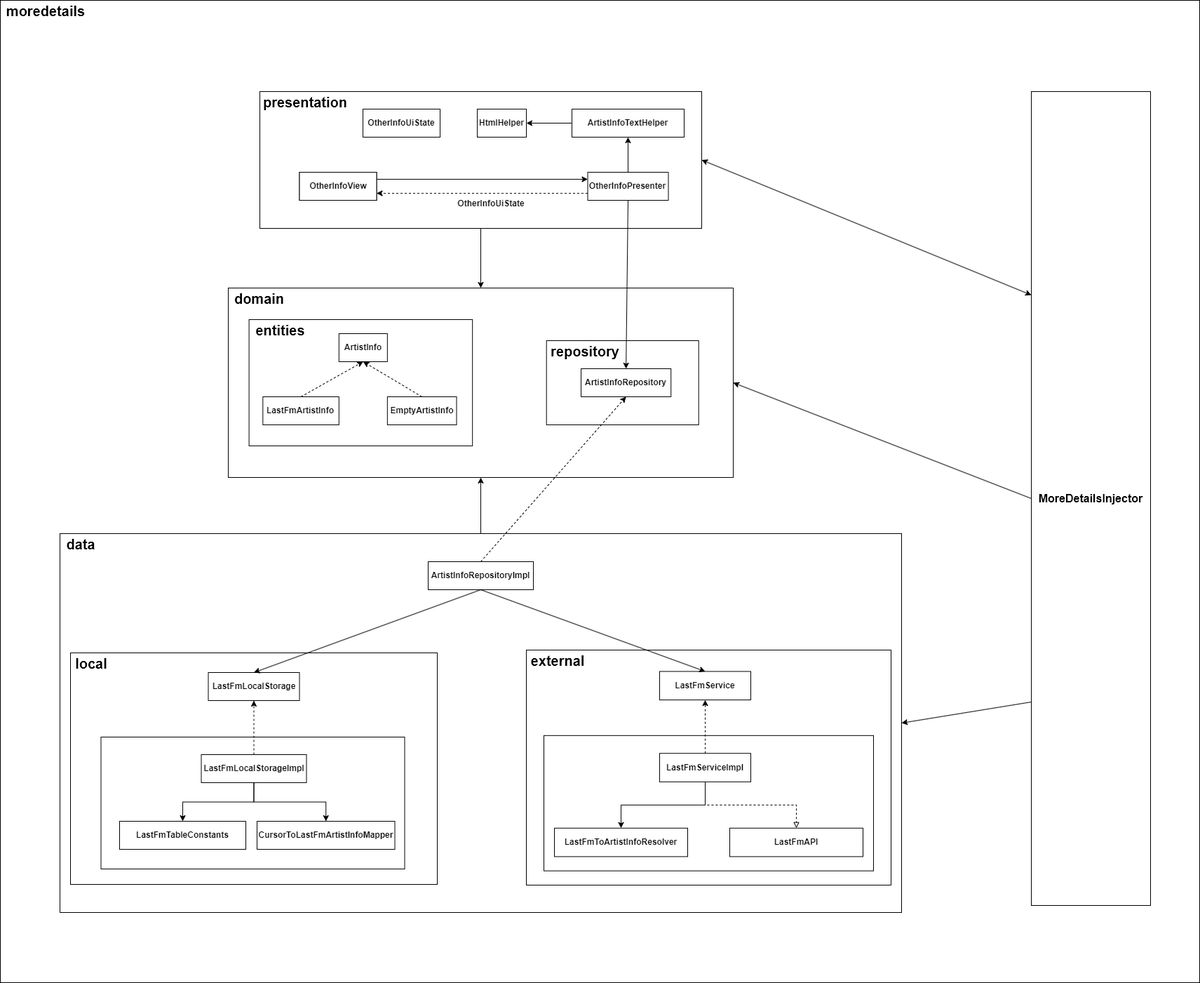
elagarrigue/AyDS23-Lisboa3 keeps this draw.io diagram as docs/more_details_diagram.png. Above is the earlier version. Source tidied: cells renumbered, new cells last; positions are measured from the earlier drawing's top-left corner, leaving out a move shared by most shapes.
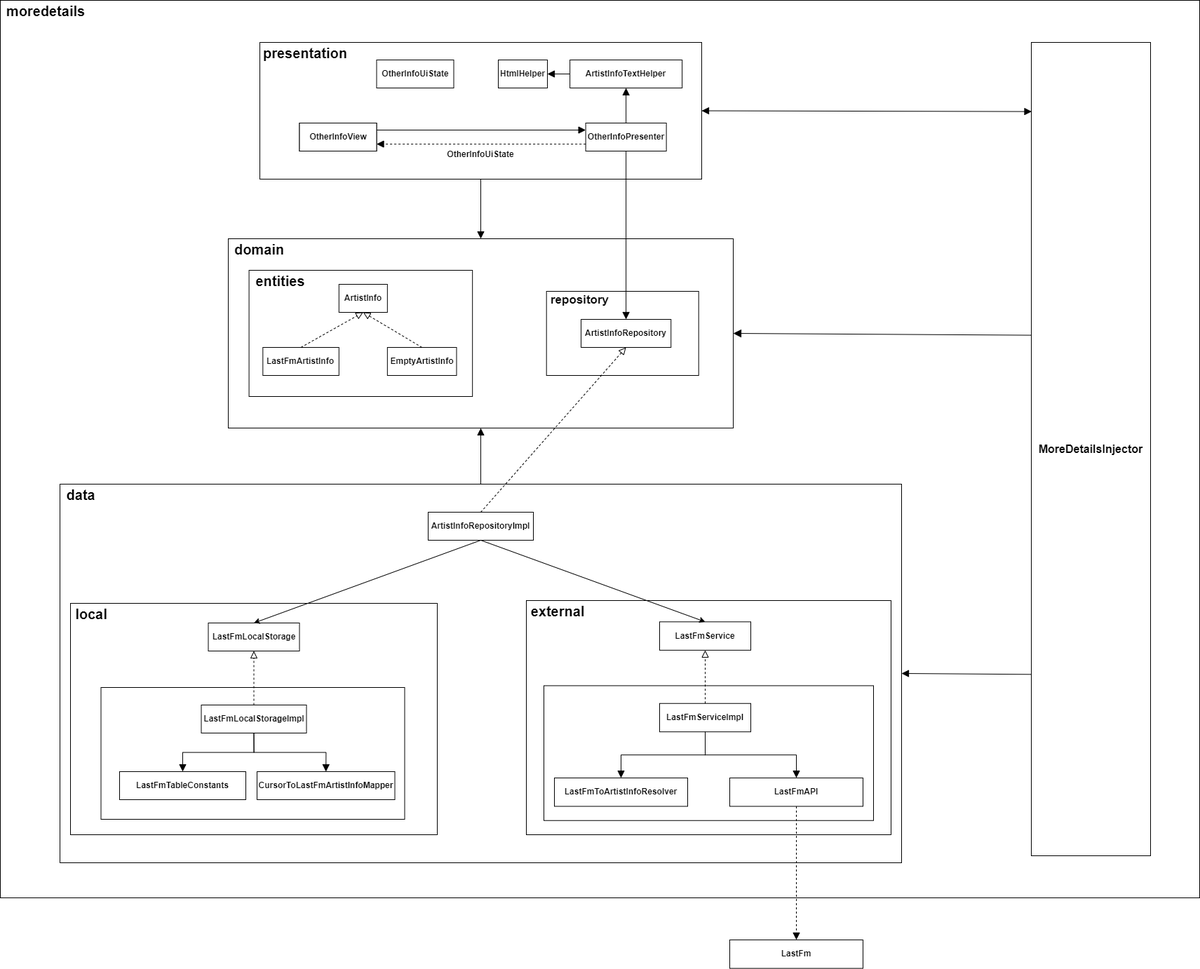
The same diagram one commit later.

What changed in the source:
```diff
@@ -3,7 +3,7 @@
     <mxCell id="0" />
     <mxCell id="1" parent="0" />
     <mxCell id="2" style="rounded=0;whiteSpace=wrap;html=1;" parent="1" vertex="1">
-      <mxGeometry width="1710" height="1400" as="geometry" />
+      <mxGeometry y="70" width="1710" height="1280" as="geometry" />
     </mxCell>
     <mxCell id="3" style="group;" parent="1" vertex="1">
       <mxGeometry x="325" y="410" width="720" height="270" as="geometry" />
@@ -26,10 +26,10 @@
     <mxCell id="9" value="&lt;b&gt;EmptyArtistInfo&lt;/b&gt;" style="rounded=0;whiteSpace=wrap;html=1;" parent="5" vertex="1">
       <mxGeometry x="197.3" y="110" width="98.6" height="40" as="geometry" />
     </mxCell>
-    <mxCell id="10" style="endArrow=classic;html=1;rounded=0;exitX=0.5;exitY=0;exitDx=0;exitDy=0;entryX=0.5;entryY=1;entryDx=0;entryDy=0;dashed=1;" parent="5" edge="1" source="8" target="7">
+    <mxCell id="10" style="endArrow=block;html=1;rounded=0;exitX=0.5;exitY=0;exitDx=0;exitDy=0;entryX=0.5;entryY=1;entryDx=0;entryDy=0;dashed=1;endFill=0;endSize=8;" parent="5" edge="1" source="8" target="7">
       <mxGeometry relative="1" as="geometry" />
     </mxCell>
-    <mxCell id="11" style="endArrow=classic;html=1;rounded=0;exitX=0.5;exitY=0;exitDx=0;exitDy=0;entryX=0.5;entryY=1;entryDx=0;entryDy=0;dashed=1;" parent="5" edge="1" source="9" target="7">
+    <mxCell id="11" style="endArrow=block;html=1;rounded=0;exitX=0.5;exitY=0;exitDx=0;exitDy=0;entryX=0.5;entryY=1;entryDx=0;entryDy=0;dashed=1;endFill=0;endSize=8;" parent="5" edge="1" source="9" target="7">
       <mxGeometry relative="1" as="geometry" />
     </mxCell>
     <mxCell id="12" value="&lt;b&gt;&lt;font style=&quot;font-size: 20px;&quot;&gt;entities&lt;/font&gt;&lt;/b&gt;" style="text;html=1;strokeColor=none;fillColor=none;align=center;verticalAlign=middle;whiteSpace=wrap;rounded=0;" parent="5" vertex="1">
@@ -44,26 +44,26 @@
     <mxCell id="15" value="&lt;b&gt;ArtistInfoRepository&lt;/b&gt;" style="rounded=0;whiteSpace=wrap;html=1;" parent="3" vertex="1">
       <mxGeometry x="503" y="115" width="128.2" height="40" as="geometry" />
     </mxCell>
-    <mxCell id="16" value="&lt;span style=&quot;font-size: 20px;&quot;&gt;&lt;b&gt;repository&lt;/b&gt;&lt;/span&gt;" style="text;html=1;strokeColor=none;fillColor=none;align=center;verticalAlign=middle;whiteSpace=wrap;rounded=0;" parent="3" vertex="1">
-      <mxGeometry x="445" y="75" width="128.2" height="30" as="geometry" />
+    <mxCell id="16" value="&lt;b style=&quot;&quot;&gt;&lt;font style=&quot;font-size: 17px;&quot;&gt;repository&lt;/font&gt;&lt;/b&gt;" style="text;html=1;strokeColor=none;fillColor=none;align=center;verticalAlign=middle;whiteSpace=wrap;rounded=0;" parent="3" vertex="1">
+      <mxGeometry x="453.7" y="75" width="95" height="25" as="geometry" />
     </mxCell>
-    <mxCell id="17" style="edgeStyle=orthogonalEdgeStyle;rounded=0;jettySize=auto;html=1;exitX=0.5;exitY=1;exitDx=0;exitDy=0;" parent="1" edge="1" source="18" target="4">
+    <mxCell id="17" style="edgeStyle=orthogonalEdgeStyle;rounded=0;jettySize=auto;html=1;exitX=0.5;exitY=1;exitDx=0;exitDy=0;endArrow=block;endFill=1;endSize=8;" parent="1" edge="1" source="18" target="4">
       <mxGeometry relative="1" as="geometry" />
     </mxCell>
     <mxCell id="18" style="rounded=0;whiteSpace=wrap;html=1;" parent="1" vertex="1">
       <mxGeometry x="370" y="130" width="630" height="195" as="geometry" />
     </mxCell>
-    <mxCell id="19" style="edgeStyle=orthogonalEdgeStyle;rounded=0;jettySize=auto;html=1;exitX=0.5;exitY=0;exitDx=0;exitDy=0;entryX=0.5;entryY=1;entryDx=0;entryDy=0;" parent="1" edge="1" source="20" target="4">
+    <mxCell id="19" style="edgeStyle=orthogonalEdgeStyle;rounded=0;jettySize=auto;html=1;exitX=0.5;exitY=0;exitDx=0;exitDy=0;entryX=0.5;entryY=1;entryDx=0;entryDy=0;endSize=8;endArrow=block;endFill=1;" parent="1" edge="1" source="20" target="4">
       <mxGeometry relative="1" as="geometry" />
     </mxCell>
     <mxCell id="20" style="rounded=0;whiteSpace=wrap;html=1;" parent="1" vertex="1">
       <mxGeometry x="85" y="760" width="1200" height="540" as="geometry" />
     </mxCell>
-    <mxCell id="21" style="edgeStyle=orthogonalEdgeStyle;rounded=0;jettySize=auto;html=1;" parent="1" edge="1" source="22" target="60">
+    <mxCell id="21" style="edgeStyle=orthogonalEdgeStyle;rounded=0;jettySize=auto;html=1;endArrow=block;endFill=1;endSize=8;" parent="1" edge="1" source="22" target="60">
       <mxGeometry relative="1" as="geometry" />
     </mxCell>
     <mxCell id="22" value="&lt;b&gt;OtherInfoPresenter&lt;/b&gt;" style="rounded=0;whiteSpace=wrap;html=1;" parent="1" vertex="1">
-      <mxGeometry x="837.5" y="245" width="115" height="40" as="geometry" />
+      <mxGeometry x="834.6" y="245" width="115" height="40" as="geometry" />
     </mxCell>
     <mxCell id="23" value="&lt;b&gt;OtherInfoView&lt;/b&gt;" style="rounded=0;whiteSpace=wrap;html=1;" parent="1" vertex="1">
       <mxGeometry x="426.5" y="245" width="110" height="40" as="geometry" />
@@ -83,7 +83,7 @@
     <mxCell id="28" value="&lt;b&gt;LastFmLocalStorage&lt;/b&gt;" style="rounded=0;whiteSpace=wrap;html=1;" parent="25" vertex="1">
       <mxGeometry x="196.5" y="28" width="130" height="40" as="geometry" />
     </mxCell>
-    <mxCell id="29" style="edgeStyle=orthogonalEdgeStyle;rounded=0;jettySize=auto;html=1;exitX=0.5;exitY=0;exitDx=0;exitDy=0;entryX=0.5;entryY=1;entryDx=0;entryDy=0;dashed=1;" parent="25" edge="1" source="30" target="28">
+    <mxCell id="29" style="edgeStyle=orthogonalEdgeStyle;rounded=0;jettySize=auto;html=1;exitX=0.5;exitY=0;exitDx=0;exitDy=0;entryX=0.5;entryY=1;entryDx=0;entryDy=0;dashed=1;endArrow=block;endFill=0;endSize=8;" parent="25" edge="1" source="30" target="28">
       <mxGeometry relative="1" as="geometry" />
     </mxCell>
     <mxCell id="30" value="&lt;b&gt;LastFmLocalStorageImpl&lt;/b&gt;" style="rounded=0;whiteSpace=wrap;html=1;" parent="25" vertex="1">
@@ -92,50 +92,50 @@
     <mxCell id="31" value="&lt;b&gt;CursorToLastFmArtistInfoMapper&lt;/b&gt;" style="rounded=0;whiteSpace=wrap;html=1;" parent="25" vertex="1">
       <mxGeometry x="266" y="240" width="196.5" height="40" as="geometry" />
     </mxCell>
-    <mxCell id="32" style="edgeStyle=orthogonalEdgeStyle;rounded=0;jettySize=auto;html=1;exitX=0.5;exitY=1;exitDx=0;exitDy=0;entryX=0.5;entryY=0;entryDx=0;entryDy=0;" parent="25" edge="1" source="30" target="31">
+    <mxCell id="32" style="edgeStyle=orthogonalEdgeStyle;rounded=0;jettySize=auto;html=1;exitX=0.5;exitY=1;exitDx=0;exitDy=0;entryX=0.5;entryY=0;entryDx=0;entryDy=0;endSize=8;endArrow=block;endFill=1;" parent="25" edge="1" source="30" target="31">
       <mxGeometry relative="1" as="geometry" />
     </mxCell>
     <mxCell id="33" value="&lt;b&gt;LastFmTableConstants&lt;/b&gt;" style="rounded=0;whiteSpace=wrap;html=1;" parent="25" vertex="1">
       <mxGeometry x="70" y="240" width="180" height="40" as="geometry" />
     </mxCell>
-    <mxCell id="34" style="edgeStyle=orthogonalEdgeStyle;rounded=0;jettySize=auto;html=1;exitX=0.5;exitY=1;exitDx=0;exitDy=0;entryX=0.5;entryY=0;entryDx=0;entryDy=0;" parent="25" edge="1" source="30" target="33">
+    <mxCell id="34" style="edgeStyle=orthogonalEdgeStyle;rounded=0;jettySize=auto;html=1;exitX=0.5;exitY=1;exitDx=0;exitDy=0;entryX=0.5;entryY=0;entryDx=0;entryDy=0;endArrow=block;endFill=1;endSize=8;" parent="25" edge="1" source="30" target="33">
       <mxGeometry relative="1" as="geometry" />
     </mxCell>
     <mxCell id="35" value="&lt;b&gt;&lt;font style=&quot;font-size: 20px;&quot;&gt;local&lt;/font&gt;&lt;/b&gt;" style="text;html=1;strokeColor=none;fillColor=none;align=center;verticalAlign=middle;whiteSpace=wrap;rounded=0;" parent="25" vertex="1">
       <mxGeometry width="60" height="30" as="geometry" />
     </mxCell>
     <mxCell id="36" style="group;" parent="1" vertex="1">
-      <mxGeometry x="750" y="926" width="520" height="335" as="geometry" />
+      <mxGeometry x="750" y="926" width="520" height="334" as="geometry" />
     </mxCell>
     <mxCell id="37" style="rounded=0;whiteSpace=wrap;html=1;" parent="36" vertex="1">
-      <mxGeometry width="520" height="335" as="geometry" />
+      <mxGeometry width="520" height="334" as="geometry" />
     </mxCell>
     <mxCell id="38" style="rounded=0;whiteSpace=wrap;html=1;" parent="36" vertex="1">
-      <mxGeometry x="25" y="121.8" width="470" height="192.9" as="geometry" />
+      <mxGeometry x="25" y="121.5" width="470" height="192.3" as="geometry" />
     </mxCell>
     <mxCell id="39" value="&lt;b&gt;LastFmService&lt;/b&gt;" style="rounded=0;whiteSpace=wrap;html=1;" parent="36" vertex="1">
-      <mxGeometry x="190" y="30.5" width="130" height="40.6" as="geometry" />
+      <mxGeometry x="190" y="30.4" width="130" height="40.5" as="geometry" />
     </mxCell>
-    <mxCell id="40" style="edgeStyle=orthogonalEdgeStyle;rounded=0;jettySize=auto;html=1;exitX=0.5;exitY=0;exitDx=0;exitDy=0;entryX=0.5;entryY=1;entryDx=0;entryDy=0;dashed=1;" parent="36" edge="1" source="42" target="39">
+    <mxCell id="40" style="edgeStyle=orthogonalEdgeStyle;rounded=0;jettySize=auto;html=1;exitX=0.5;exitY=0;exitDx=0;exitDy=0;entryX=0.5;entryY=1;entryDx=0;entryDy=0;dashed=1;endArrow=block;endFill=0;endSize=8;" parent="36" edge="1" source="42" target="39">
       <mxGeometry relative="1" as="geometry" />
     </mxCell>
-    <mxCell id="41" style="edgeStyle=orthogonalEdgeStyle;rounded=0;jettySize=auto;html=1;exitX=0.5;exitY=1;exitDx=0;exitDy=0;dashed=1;endArrow=block;endFill=0;" parent="36" edge="1" source="42" target="46">
+    <mxCell id="41" style="edgeStyle=orthogonalEdgeStyle;rounded=0;jettySize=auto;html=1;exitX=0.5;exitY=1;exitDx=0;exitDy=0;endArrow=block;endFill=1;endSize=8;" parent="36" edge="1" source="42" target="46">
       <mxGeometry relative="1" as="geometry" />
     </mxCell>
     <mxCell id="42" value="&lt;b&gt;LastFmServiceImpl&lt;/b&gt;" style="rounded=0;whiteSpace=wrap;html=1;" parent="36" vertex="1">
-      <mxGeometry x="190" y="147.2" width="130" height="40.6" as="geometry" />
+      <mxGeometry x="190" y="146.8" width="130" height="40.5" as="geometry" />
     </mxCell>
     <mxCell id="43" value="&lt;b&gt;LastFmToArtistInfoResolver&lt;/b&gt;" style="rounded=0;whiteSpace=wrap;html=1;" parent="36" vertex="1">
-      <mxGeometry x="40" y="253.8" width="190" height="40.6" as="geometry" />
+      <mxGeometry x="40" y="253" width="190" height="40.5" as="geometry" />
     </mxCell>
-    <mxCell id="44" style="edgeStyle=orthogonalEdgeStyle;rounded=0;jettySize=auto;html=1;exitX=0.5;exitY=1;exitDx=0;exitDy=0;entryX=0.5;entryY=0;entryDx=0;entryDy=0;" parent="36" edge="1" source="42" target="43">
+    <mxCell id="44" style="edgeStyle=orthogonalEdgeStyle;rounded=0;jettySize=auto;html=1;exitX=0.5;exitY=1;exitDx=0;exitDy=0;entryX=0.5;entryY=0;entryDx=0;entryDy=0;endArrow=block;endFill=1;endSize=8;" parent="36" edge="1" source="42" target="43">
       <mxGeometry relative="1" as="geometry" />
     </mxCell>
     <mxCell id="45" value="&lt;b&gt;&lt;font style=&quot;font-size: 20px;&quot;&gt;external&lt;/font&gt;&lt;/b&gt;" style="text;html=1;strokeColor=none;fillColor=none;align=center;verticalAlign=middle;whiteSpace=wrap;rounded=0;" parent="36" vertex="1">
-      <mxGeometry width="90" height="30.5" as="geometry" />
+      <mxGeometry width="90" height="30.4" as="geometry" />
     </mxCell>
     <mxCell id="46" value="&lt;b&gt;LastFmAPI&lt;/b&gt;" style="rounded=0;whiteSpace=wrap;html=1;" parent="36" vertex="1">
-      <mxGeometry x="290" y="253.8" width="190" height="40.6" as="geometry" />
+      <mxGeometry x="290" y="253" width="190" height="40.5" as="geometry" />
     </mxCell>
     <mxCell id="47" value="&lt;b&gt;ArtistInfoRepositoryImpl&lt;/b&gt;" style="rounded=0;whiteSpace=wrap;html=1;" parent="1" vertex="1">
       <mxGeometry x="610" y="800" width="150" height="40" as="geometry" />
@@ -146,38 +146,38 @@
     <mxCell id="49" style="endArrow=classic;html=1;rounded=0;exitX=0.5;exitY=1;exitDx=0;exitDy=0;entryX=0.5;entryY=0;entryDx=0;entryDy=0;" parent="1" edge="1" source="47" target="39">
       <mxGeometry relative="1" as="geometry" />
     </mxCell>
-    <mxCell id="50" style="endArrow=classic;html=1;rounded=0;exitX=0.5;exitY=0;exitDx=0;exitDy=0;entryX=0.5;entryY=1;entryDx=0;entryDy=0;dashed=1;" parent="1" edge="1" source="47" target="15">
+    <mxCell id="50" style="endArrow=block;html=1;rounded=0;exitX=0.5;exitY=0;exitDx=0;exitDy=0;entryX=0.5;entryY=1;entryDx=0;entryDy=0;dashed=1;endFill=0;endSize=8;" parent="1" edge="1" source="47" target="15">
       <mxGeometry relative="1" as="geometry" />
     </mxCell>
-    <mxCell id="51" style="endArrow=classic;html=1;rounded=0;exitX=0.5;exitY=1;exitDx=0;exitDy=0;entryX=0.5;entryY=0;entryDx=0;entryDy=0;" parent="1" edge="1" source="22" target="15">
+    <mxCell id="51" style="endArrow=block;html=1;rounded=0;exitX=0.5;exitY=1;exitDx=0;exitDy=0;entryX=0.5;entryY=0;entryDx=0;entryDy=0;endFill=1;endSize=8;" parent="1" edge="1" source="22" target="15">
       <mxGeometry relative="1" as="geometry" />
     </mxCell>
-    <mxCell id="52" style="endArrow=classic;html=1;rounded=0;exitX=0;exitY=0.75;exitDx=0;exitDy=0;entryX=1;entryY=0.75;entryDx=0;entryDy=0;dashed=1;" parent="1" edge="1" source="22" target="23">
+    <mxCell id="52" style="endArrow=block;html=1;rounded=0;exitX=0;exitY=0.75;exitDx=0;exitDy=0;entryX=1;entryY=0.75;entryDx=0;entryDy=0;dashed=1;endFill=1;endSize=8;" parent="1" edge="1" source="22" target="23">
       <mxGeometry relative="1" as="geometry" />
     </mxCell>
-    <mxCell id="53" style="endArrow=classic;html=1;rounded=0;exitX=1;exitY=0.25;exitDx=0;exitDy=0;entryX=0;entryY=0.25;entryDx=0;entryDy=0;" parent="1" edge="1" source="23" target="22">
+    <mxCell id="53" style="endArrow=block;html=1;rounded=0;exitX=1;exitY=0.25;exitDx=0;exitDy=0;entryX=0;entryY=0.25;entryDx=0;entryDy=0;endFill=1;endSize=8;" parent="1" edge="1" source="23" target="22">
       <mxGeometry relative="1" as="geometry" />
     </mxCell>
     <mxCell id="54" value="&lt;b&gt;OtherInfoUiState&lt;/b&gt;" style="text;html=1;strokeColor=none;fillColor=none;align=center;verticalAlign=middle;whiteSpace=wrap;rounded=0;" parent="1" vertex="1">
-      <mxGeometry x="660" y="275" width="80" height="30" as="geometry" />
+      <mxGeometry x="645" y="275" width="80" height="30" as="geometry" />
     </mxCell>
     <mxCell id="55" value="&lt;b&gt;OtherInfoUiState&lt;/b&gt;" style="rounded=0;whiteSpace=wrap;html=1;" parent="1" vertex="1">
-      <mxGeometry x="517" y="155" width="110" height="40" as="geometry" />
+      <mxGeometry x="536.5" y="155" width="110" height="40" as="geometry" />
     </mxCell>
-    <mxCell id="56" style="endArrow=classic;html=1;rounded=0;exitX=0;exitY=0.25;exitDx=0;exitDy=0;entryX=1;entryY=0.5;entryDx=0;entryDy=0;startArrow=classic;startFill=1;" parent="1" edge="1" source="24" target="18">
+    <mxCell id="56" style="endArrow=block;html=1;rounded=0;exitX=0.003;exitY=0.085;exitDx=0;exitDy=0;entryX=1;entryY=0.5;entryDx=0;entryDy=0;startArrow=block;startFill=1;exitPerimeter=0;endFill=1;endSize=8;startSize=8;" parent="1" edge="1" source="24" target="18">
       <mxGeometry relative="1" as="geometry" />
     </mxCell>
-    <mxCell id="57" style="endArrow=classic;html=1;rounded=0;exitX=0;exitY=0.5;exitDx=0;exitDy=0;entryX=1;entryY=0.5;entryDx=0;entryDy=0;" parent="1" edge="1" source="24" target="4">
+    <mxCell id="57" style="endArrow=block;html=1;rounded=0;entryX=1;entryY=0.5;entryDx=0;entryDy=0;exitX=0.003;exitY=0.36;exitDx=0;exitDy=0;exitPerimeter=0;endFill=1;endSize=9;" parent="1" edge="1" source="24" target="4">
       <mxGeometry relative="1" as="geometry" />
     </mxCell>
-    <mxCell id="58" style="endArrow=classic;html=1;rounded=0;exitX=0;exitY=0.75;exitDx=0;exitDy=0;entryX=1;entryY=0.5;entryDx=0;entryDy=0;" parent="1" edge="1" source="24" target="20">
+    <mxCell id="58" style="endArrow=block;html=1;rounded=0;exitX=-0.003;exitY=0.777;exitDx=0;exitDy=0;entryX=1;entryY=0.5;entryDx=0;entryDy=0;exitPerimeter=0;endFill=1;endSize=8;" parent="1" edge="1" source="24" target="20">
       <mxGeometry relative="1" as="geometry" />
     </mxCell>
-    <mxCell id="59" style="edgeStyle=orthogonalEdgeStyle;rounded=0;jettySize=auto;html=1;exitX=0;exitY=0.5;exitDx=0;exitDy=0;" parent="1" edge="1" source="60" target="63">
+    <mxCell id="59" style="edgeStyle=orthogonalEdgeStyle;rounded=0;jettySize=auto;html=1;exitX=0;exitY=0.5;exitDx=0;exitDy=0;endArrow=block;endFill=1;endSize=8;" parent="1" edge="1" source="60" target="63">
       <mxGeometry relative="1" as="geometry" />
     </mxCell>
     <mxCell id="60" value="&lt;b&gt;ArtistInfoTextHelper&lt;br&gt;&lt;/b&gt;" style="rounded=0;whiteSpace=wrap;html=1;" parent="1" vertex="1">
-      <mxGeometry x="815" y="155" width="160" height="40" as="geometry" />
+      <mxGeometry x="812.1" y="155" width="160" height="40" as="geometry" />
     </mxCell>
     <mxCell id="61" value="&lt;b&gt;&lt;font style=&quot;font-size: 20px;&quot;&gt;data&lt;/font&gt;&lt;/b&gt;" style="text;html=1;strokeColor=none;fillColor=none;align=center;verticalAlign=middle;whiteSpace=wrap;rounded=0;" parent="1" vertex="1">
       <mxGeometry x="85" y="760" width="60" height="30" as="geometry" />
@@ -186,13 +186,19 @@
       <mxGeometry x="370" y="130" width="130" height="30" as="geometry" />
     </mxCell>
     <mxCell id="63" value="&lt;b&gt;HtmlHelper&lt;/b&gt;" style="rounded=0;whiteSpace=wrap;html=1;" parent="1" vertex="1">
-      <mxGeometry x="680" y="155" width="70" height="40" as="geometry" />
+      <mxGeometry x="710" y="155" width="70" height="40" as="geometry" />
     </mxCell>
     <mxCell id="64" value="&lt;b&gt;&lt;font style=&quot;font-size: 20px;&quot;&gt;moredetails&lt;/font&gt;&lt;/b&gt;" style="text;html=1;strokeColor=none;fillColor=none;align=center;verticalAlign=middle;whiteSpace=wrap;rounded=0;" parent="1" vertex="1">
-      <mxGeometry width="130" height="30" as="geometry" />
+      <mxGeometry y="70" width="130" height="30" as="geometry" />
     </mxCell>
     <mxCell id="65" value="&lt;b&gt;OtherInfoView&lt;/b&gt;" style="rounded=0;whiteSpace=wrap;html=1;" parent="1" vertex="1">
       <mxGeometry x="426.5" y="245" width="110" height="40" as="geometry" />
     </mxCell>
+    <mxCell id="66" value="&lt;b&gt;LastFm&lt;/b&gt;" style="rounded=0;whiteSpace=wrap;html=1;" parent="1" vertex="1">
+      <mxGeometry x="1040" y="1410" width="190" height="40.6" as="geometry" />
+    </mxCell>
+    <mxCell id="67" style="edgeStyle=orthogonalEdgeStyle;rounded=0;jettySize=auto;html=1;exitX=0.5;exitY=1;exitDx=0;exitDy=0;entryX=0.5;entryY=0;entryDx=0;entryDy=0;dashed=1;endArrow=block;endFill=1;endSize=8;" parent="1" edge="1" source="46" target="66">
+      <mxGeometry relative="1" as="geometry" />
+    </mxCell>
   </root>
 </mxGraphModel>
```
